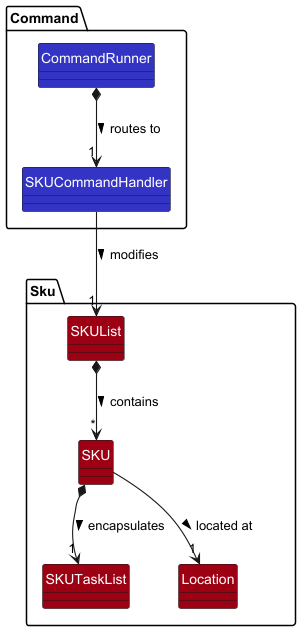
heehaw1234/tp keeps this PlantUML diagram as docs/diagrams/add-delete-sku/add-sku-architecture.png. Above is the earlier version. The source it was exported from:
```plantuml
@startuml
!include ../style.puml
skinparam arrowThickness 1.1
skinparam classAttributeIconSize 0
skinparam classFontColor LOGIC_COLOR_TEXT
hide circle

package Command {
    class CommandRunner LOGIC_COLOR
    class SKUCommandHandler LOGIC_COLOR
}

package Sku {
    class SKUList MODEL_COLOR
    class SKU MODEL_COLOR
    class SKUTaskList MODEL_COLOR
    enum Location MODEL_COLOR
}

CommandRunner *--> "1" SKUCommandHandler : routes to >
SKUCommandHandler --> "1" SKUList : modifies >

SKUList *--> "*" SKU : contains >
SKU *--> "1" SKUTaskList : encapsulates >
SKU --> "1" Location : located at >

@enduml
```
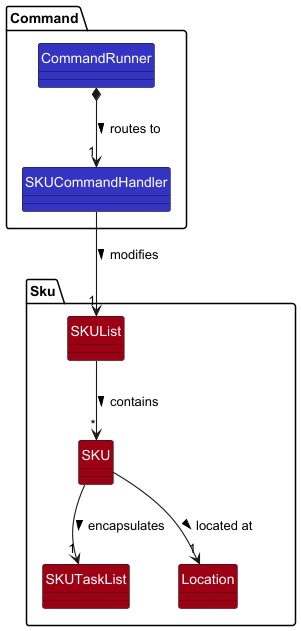
The same diagram one commit later.

Change to the diagram source:
```diff
@@ -20,8 +20,10 @@
 CommandRunner *--> "1" SKUCommandHandler : routes to >
 SKUCommandHandler --> "1" SKUList : modifies >
 
-SKUList *--> "*" SKU : contains >
-SKU *--> "1" SKUTaskList : encapsulates >
+SKUList --> "*" SKU : contains >
+
+SKU --> "1" SKUTaskList : encapsulates >
+
 SKU --> "1" Location : located at >
 
 @enduml
```
